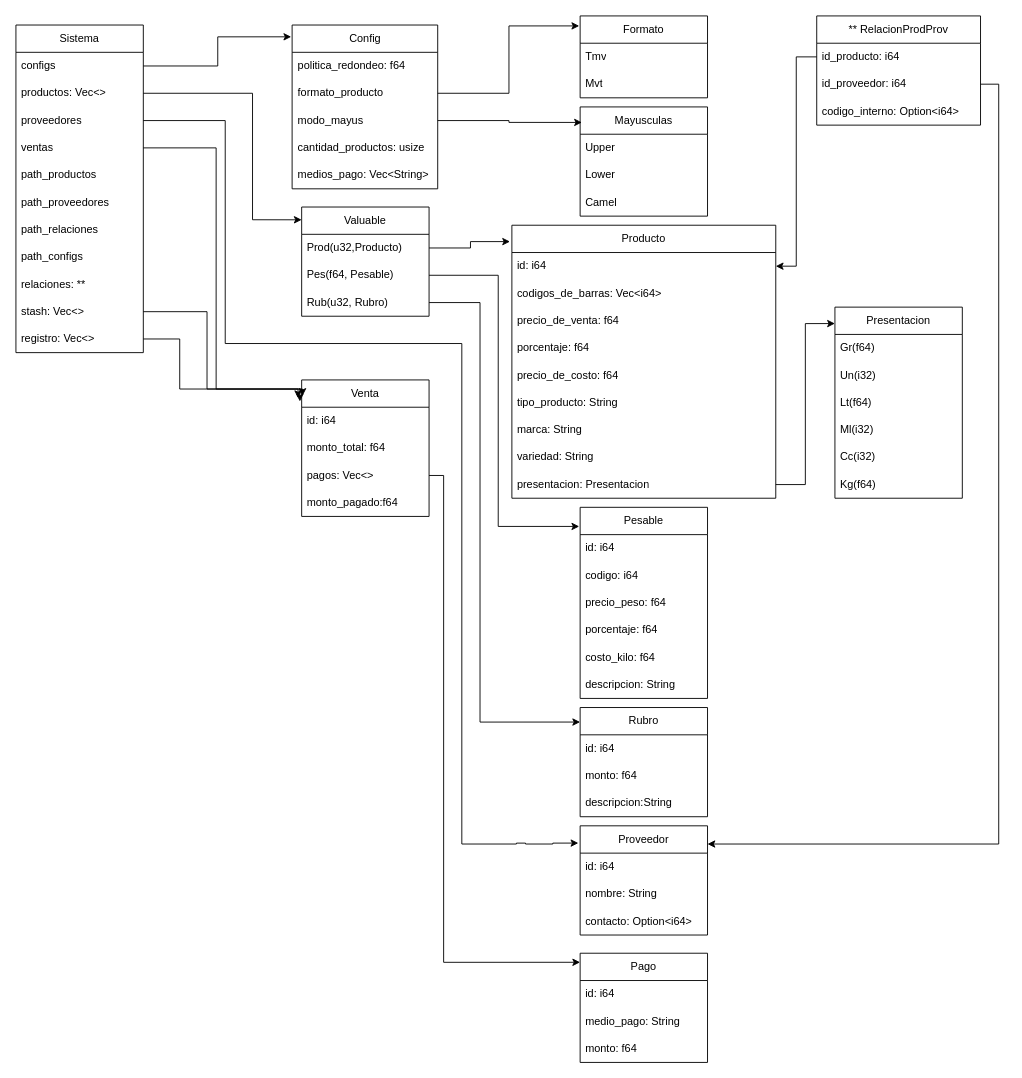
The draw.io diagram Diagrama del Sistema.drawio in RstyDev/SlintProject, before the edit. Source tidied: cells renumbered, new cells numbered last; positions are measured from the earlier drawing's top-left corner, leaving out a move shared by most shapes. Both pictures are drawn from the tidied source at 91%, with x=0, y=0 at pixel (15, 15).
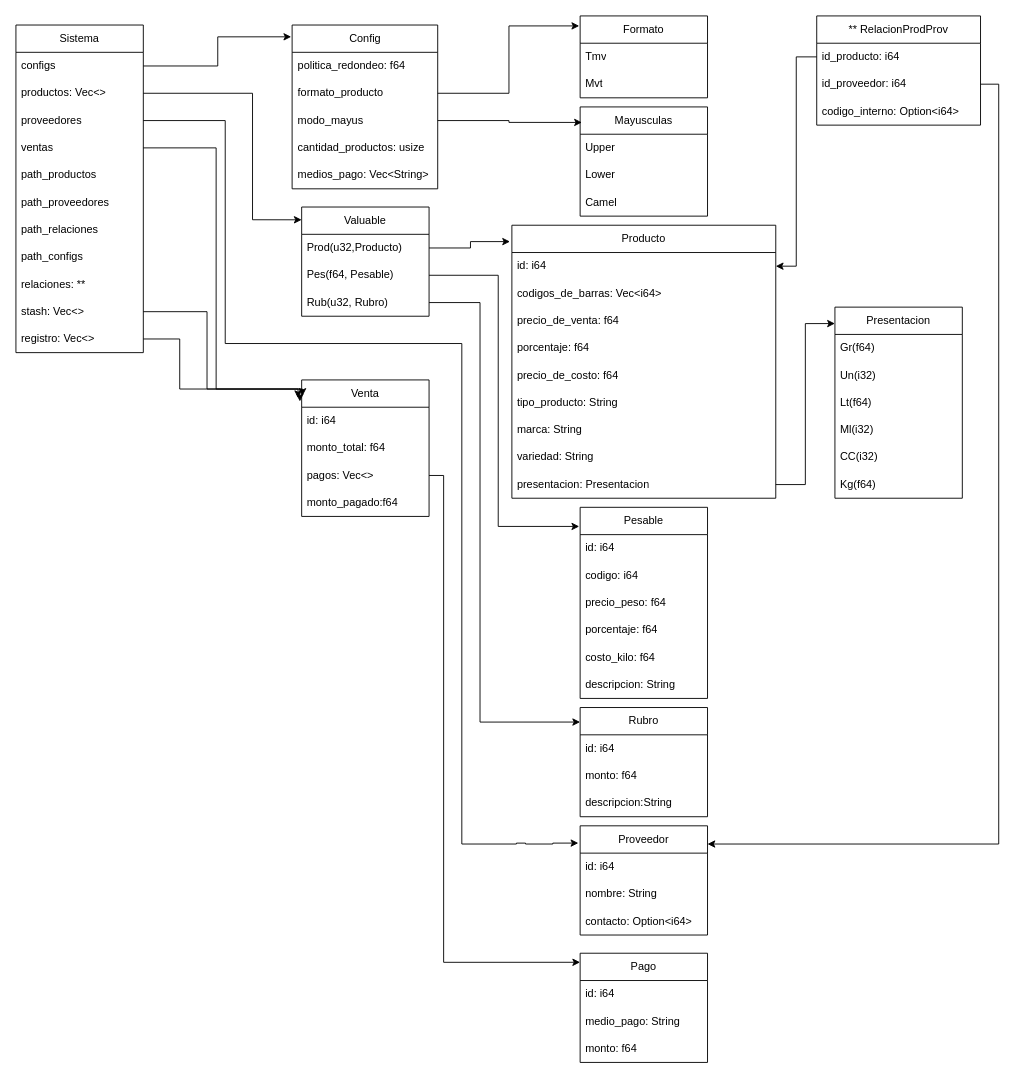
The same diagram, later.

The change refers to these unchanged cells:
```xml
<mxCell id="47" value="Presentacion" style="swimlane;fontStyle=0;horizontal=1;startSize=30;whiteSpace=wrap;html=1;" parent="1" vertex="1">
  <mxGeometry x="900" y="320" width="140" height="210" as="geometry" />
</mxCell>
```

Diff of the diagram source:
```diff
@@
-    <mxCell id="52" value="Cc(i32)" style="text;strokeColor=none;fillColor=none;align=left;verticalAlign=middle;spacingLeft=4;spacingRight=4;overflow=hidden;whiteSpace=wrap;html=1;" parent="47" vertex="1">
+    <mxCell id="52" value="CC(i32)" style="text;strokeColor=none;fillColor=none;align=left;verticalAlign=middle;spacingLeft=4;spacingRight=4;overflow=hidden;whiteSpace=wrap;html=1;" parent="47" vertex="1">
       <mxGeometry y="150" width="140" height="30" as="geometry" />
     </mxCell>
```
